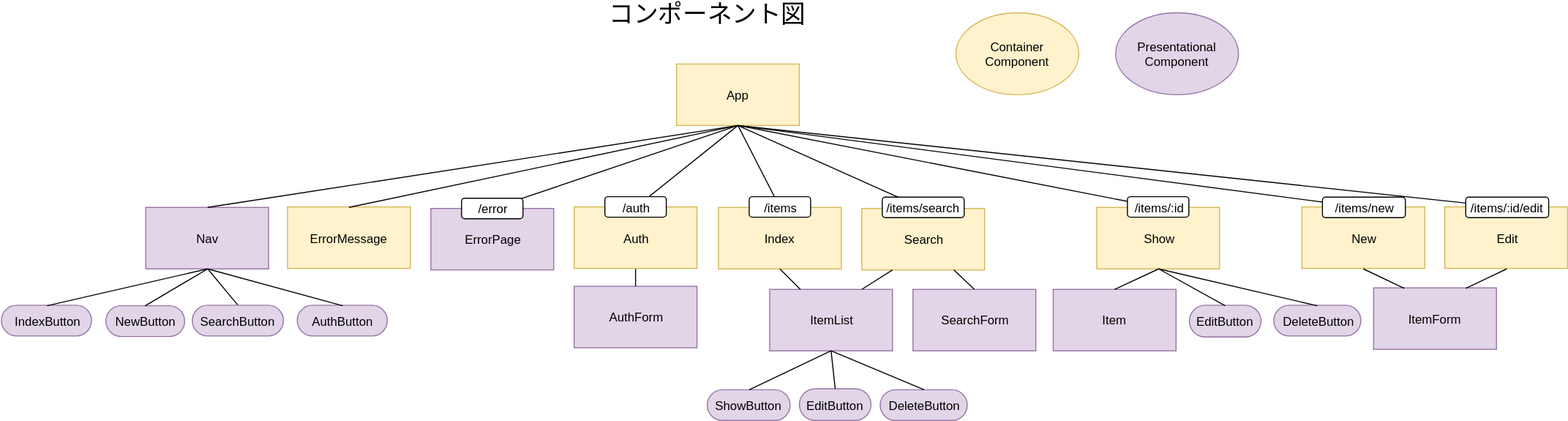
Before: diagram/component.svg, a diagram exported from draw.io (emgniddikur/react-app). Source tidied: cells renumbered, new cells last; positions are measured from the earlier drawing's top-left corner, leaving out a move shared by most shapes.
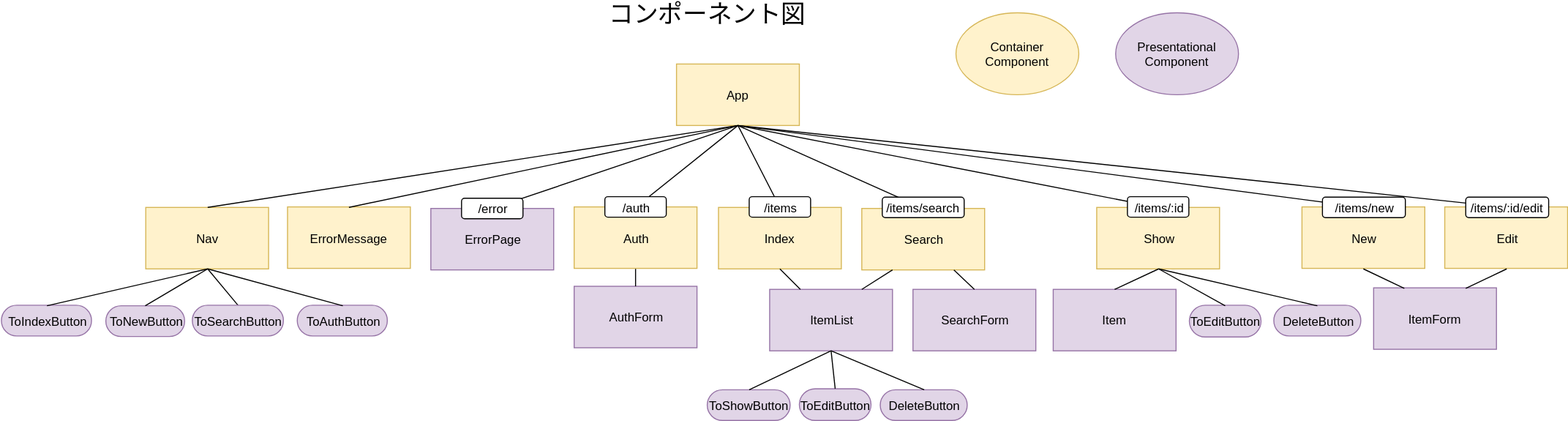
Above is the later version.

What changed in the source:
```diff
@@ -11,13 +11,13 @@
     <mxCell id="4" value="ItemForm" style="rounded=0;whiteSpace=wrap;html=1;fillColor=#e1d5e7;strokeColor=#9673a6;" parent="1" vertex="1">
       <mxGeometry x="1341" y="268.5" width="120" height="60" as="geometry" />
     </mxCell>
-    <mxCell id="5" value="Nav" style="rounded=0;whiteSpace=wrap;html=1;fillColor=#e1d5e7;strokeColor=#9673a6;" parent="1" vertex="1">
+    <mxCell id="5" value="Nav" style="rounded=0;whiteSpace=wrap;html=1;fillColor=#fff2cc;strokeColor=#d6b656;" parent="1" vertex="1">
       <mxGeometry x="141.5" y="190" width="120" height="60" as="geometry" />
     </mxCell>
-    <mxCell id="6" value="NewButton" style="rounded=1;whiteSpace=wrap;html=1;arcSize=50;fillColor=#e1d5e7;strokeColor=#9673a6;" parent="1" vertex="1">
+    <mxCell id="6" value="ToNewButton" style="rounded=1;whiteSpace=wrap;html=1;arcSize=50;fillColor=#e1d5e7;strokeColor=#9673a6;" parent="1" vertex="1">
       <mxGeometry x="102.5" y="286" width="77" height="30" as="geometry" />
     </mxCell>
-    <mxCell id="7" value="EditButton&lt;br&gt;" style="rounded=1;whiteSpace=wrap;html=1;arcSize=50;fillColor=#e1d5e7;strokeColor=#9673a6;" parent="1" vertex="1">
+    <mxCell id="7" value="ToEditButton&lt;br&gt;" style="rounded=1;whiteSpace=wrap;html=1;arcSize=50;fillColor=#e1d5e7;strokeColor=#9673a6;" parent="1" vertex="1">
       <mxGeometry x="1161" y="285.5" width="70" height="31" as="geometry" />
     </mxCell>
     <mxCell id="8" value="DeleteButton&lt;br&gt;" style="rounded=1;whiteSpace=wrap;html=1;arcSize=50;fillColor=#e1d5e7;strokeColor=#9673a6;" parent="1" vertex="1">
@@ -38,13 +38,13 @@
     <mxCell id="13" value="ErrorMessage" style="rounded=0;whiteSpace=wrap;html=1;fillColor=#fff2cc;strokeColor=#d6b656;" parent="1" vertex="1">
       <mxGeometry x="280" y="189.5" width="120" height="60" as="geometry" />
     </mxCell>
-    <mxCell id="14" value="IndexButton" style="rounded=1;whiteSpace=wrap;html=1;arcSize=50;fillColor=#e1d5e7;strokeColor=#9673a6;" parent="1" vertex="1">
+    <mxCell id="14" value="ToIndexButton" style="rounded=1;whiteSpace=wrap;html=1;arcSize=50;fillColor=#e1d5e7;strokeColor=#9673a6;" parent="1" vertex="1">
       <mxGeometry x="0.5" y="285.5" width="88" height="30" as="geometry" />
     </mxCell>
     <mxCell id="15" style="endArrow=none;html=1;entryX=0.5;entryY=1;entryDx=0;entryDy=0;exitX=0.5;exitY=0;exitDx=0;exitDy=0;" parent="1" edge="1" source="14" target="5">
       <mxGeometry relative="1" as="geometry" />
     </mxCell>
-    <mxCell id="16" value="SearchButton" style="rounded=1;whiteSpace=wrap;html=1;arcSize=50;fillColor=#e1d5e7;strokeColor=#9673a6;" parent="1" vertex="1">
+    <mxCell id="16" value="ToSearchButton" style="rounded=1;whiteSpace=wrap;html=1;arcSize=50;fillColor=#e1d5e7;strokeColor=#9673a6;" parent="1" vertex="1">
       <mxGeometry x="187" y="285.5" width="89" height="30" as="geometry" />
     </mxCell>
     <mxCell id="17" value="New&lt;br&gt;" style="rounded=0;whiteSpace=wrap;html=1;fillColor=#fff2cc;strokeColor=#d6b656;" parent="1" vertex="1">
@@ -62,7 +62,7 @@
     <mxCell id="21" value="Item" style="rounded=0;whiteSpace=wrap;html=1;fillColor=#e1d5e7;strokeColor=#9673a6;" parent="1" vertex="1">
       <mxGeometry x="1028" y="270" width="120" height="60" as="geometry" />
     </mxCell>
-    <mxCell id="22" value="ShowButton" style="rounded=1;whiteSpace=wrap;html=1;arcSize=50;fillColor=#e1d5e7;strokeColor=#9673a6;" parent="1" vertex="1">
+    <mxCell id="22" value="ToShowButton" style="rounded=1;whiteSpace=wrap;html=1;arcSize=50;fillColor=#e1d5e7;strokeColor=#9673a6;" parent="1" vertex="1">
       <mxGeometry x="690" y="368" width="81" height="30" as="geometry" />
     </mxCell>
     <mxCell id="23" value="SearchForm" style="rounded=0;whiteSpace=wrap;html=1;fillColor=#e1d5e7;strokeColor=#9673a6;" parent="1" vertex="1">
@@ -146,7 +146,7 @@
     <mxCell id="49" value="/items/:id/edit" style="rounded=1;whiteSpace=wrap;html=1;" parent="1" vertex="1">
       <mxGeometry x="1431" y="180" width="81" height="20" as="geometry" />
     </mxCell>
-    <mxCell id="50" value="AuthButton" style="rounded=1;whiteSpace=wrap;html=1;arcSize=50;fillColor=#e1d5e7;strokeColor=#9673a6;" parent="1" vertex="1">
+    <mxCell id="50" value="ToAuthButton" style="rounded=1;whiteSpace=wrap;html=1;arcSize=50;fillColor=#e1d5e7;strokeColor=#9673a6;" parent="1" vertex="1">
       <mxGeometry x="289.5" y="285.5" width="88" height="30" as="geometry" />
     </mxCell>
     <mxCell id="51" style="endArrow=none;html=1;exitX=0.5;exitY=0;exitDx=0;exitDy=0;entryX=0.5;entryY=1;entryDx=0;entryDy=0;" parent="1" edge="1" source="50" target="5">
@@ -161,7 +161,7 @@
     <mxCell id="54" value="/error" style="rounded=1;whiteSpace=wrap;html=1;" parent="1" vertex="1">
       <mxGeometry x="450" y="181" width="60" height="20" as="geometry" />
     </mxCell>
-    <mxCell id="55" value="EditButton&lt;br&gt;" style="rounded=1;whiteSpace=wrap;html=1;arcSize=50;fillColor=#e1d5e7;strokeColor=#9673a6;" parent="1" vertex="1">
+    <mxCell id="55" value="ToEditButton&lt;br&gt;" style="rounded=1;whiteSpace=wrap;html=1;arcSize=50;fillColor=#e1d5e7;strokeColor=#9673a6;" parent="1" vertex="1">
       <mxGeometry x="780" y="367" width="70" height="31" as="geometry" />
     </mxCell>
     <mxCell id="56" style="endArrow=none;html=1;entryX=0.5;entryY=1;entryDx=0;entryDy=0;exitX=0.5;exitY=0;exitDx=0;exitDy=0;" parent="1" edge="1" source="55" target="19">
```
